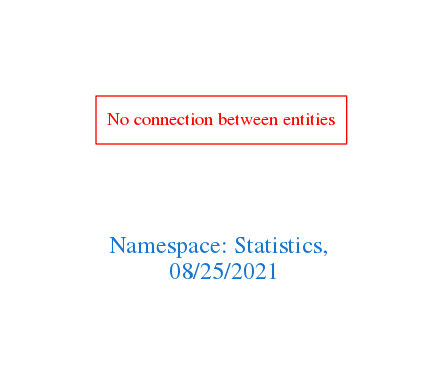
Above: downloads/Statistics.png in arago/OGIT (Graphviz), before the change. Its source is kept beside it as downloads/Statistics.dot.
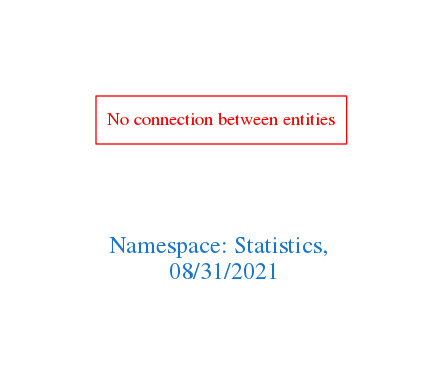
Later version of the same file.

Change to the diagram source:
```diff
@@ -1,7 +1,7 @@
 digraph OGIT_ontology {
  graph [ rankdir= LR,pad=1
 fontsize = 18,
-fontcolor= dodgerblue3,label = "\n\n\nNamespace: Statistics, \n 08/25/2021"];
+fontcolor= dodgerblue3,label = "\n\n\nNamespace: Statistics, \n 08/31/2021"];
 node[shape=polygon];
 edge [  color="gray81"];
 
```
